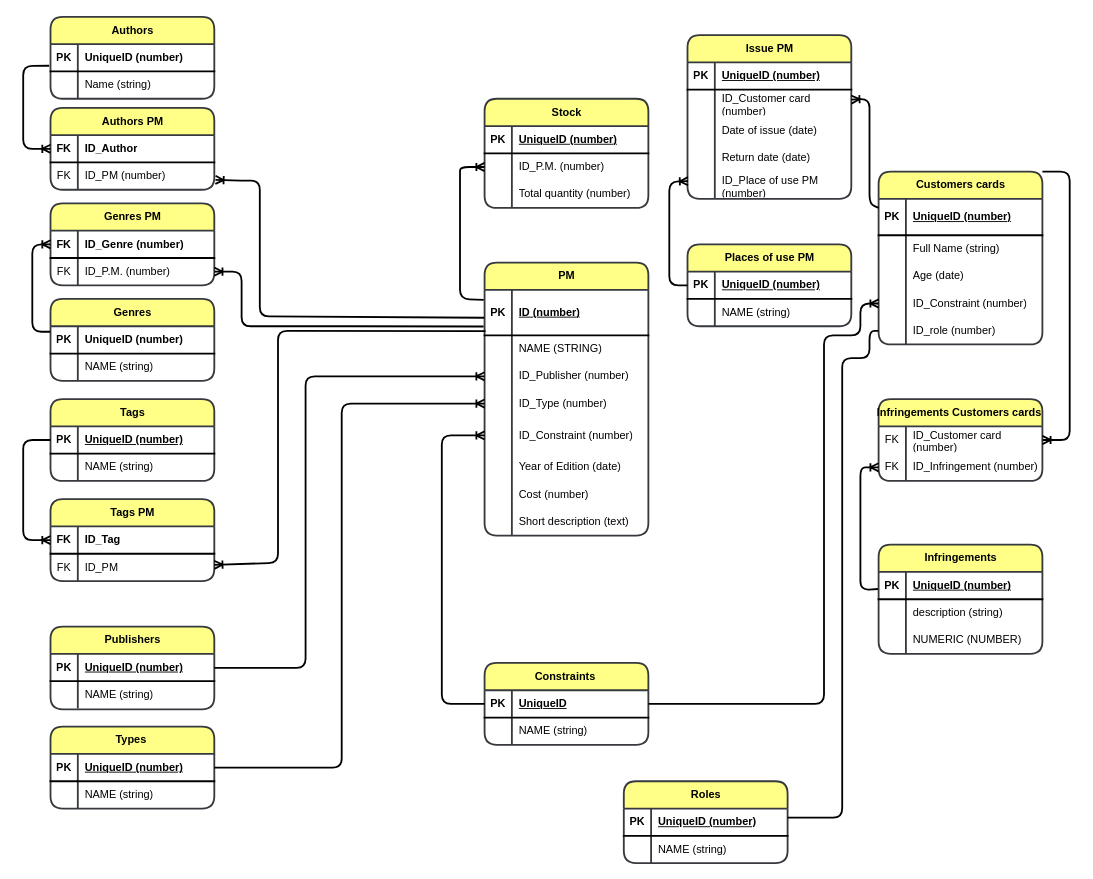
Earlier version of the draw.io diagram page "Копия Страница — 2" (3 of 4) of Диаграмма без названия.drawio (whoIsJhonGalt/repFirst). Source tidied: cells renumbered, new cells numbered last; positions are measured from the earlier drawing's top-left corner, leaving out a move shared by most shapes. Both pictures are drawn from the tidied source at 91%, with x=0, y=0 at pixel (-250, 16).
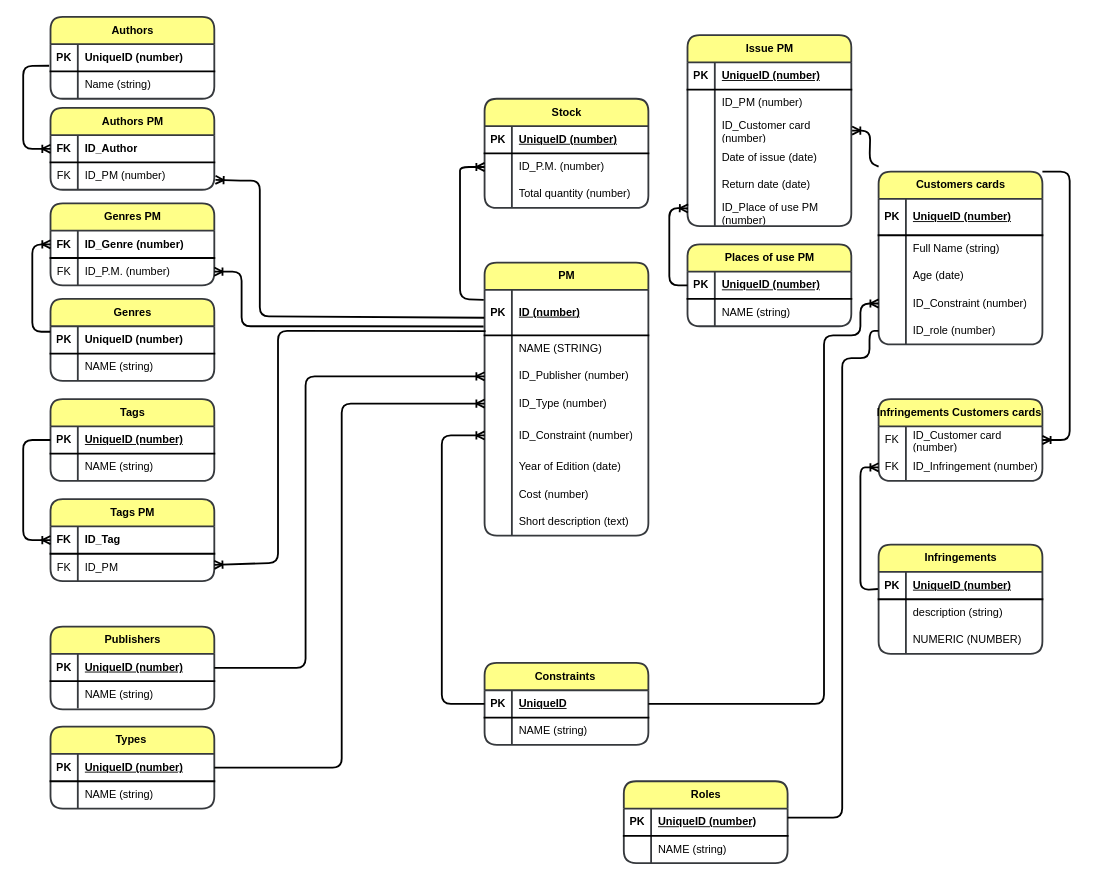
The same page after the edit.

Unchanged cells that the change refers to:
```xml
<mxCell id="106" style="shape=tableRow;horizontal=1;startSize=0;swimlaneHead=0;swimlaneBody=0;points=[[0,0.5],[1,0.5]];portConstraint=eastwest;top=0;left=0;right=0;bottom=1;rounded=0;labelBackgroundColor=none;strokeWidth=2;shadow=0;fontFamily=Helvetica;verticalAlign=middle;fontSize=12;swimlaneLine=1;fillColor=none;" parent="105" vertex="1">
  <mxGeometry y="30" width="180" height="30" as="geometry" />
</mxCell>
```

Change to the diagram source:
```diff
@@
     <mxCell id="112" value="Issue PM" style="shape=table;startSize=30;childLayout=tableLayout;rowLines=0;fontStyle=1;align=center;html=1;rounded=1;labelBackgroundColor=none;strokeWidth=2;shadow=0;fontFamily=Helvetica;verticalAlign=middle;horizontal=1;fontSize=12;swimlaneLine=1;fillColor=#ffff88;strokeColor=#36393d;" parent="1" vertex="1">
-      <mxGeometry x="1030" y="20" width="180" height="180" as="geometry" />
+      <mxGeometry x="1030" y="20" width="180" height="210" as="geometry" />
     </mxCell>
@@
+    <mxCell id="180" style="shape=tableRow;horizontal=1;startSize=0;swimlaneHead=0;swimlaneBody=0;top=0;left=0;right=0;bottom=0;rounded=0;labelBackgroundColor=none;strokeWidth=2;shadow=0;fontFamily=Helvetica;verticalAlign=middle;fontSize=12;swimlaneLine=1;fillColor=none;" parent="112" vertex="1">
+      <mxGeometry y="60" width="180" height="30" as="geometry" />
+    </mxCell>
+    <mxCell id="181" style="shape=partialRectangle;top=0;left=0;bottom=0;right=0;overflow=hidden;whiteSpace=wrap;html=1;rounded=0;labelBackgroundColor=none;strokeWidth=2;shadow=0;fontFamily=Helvetica;verticalAlign=middle;horizontal=1;fontSize=12;swimlaneLine=1;fillColor=none;" parent="180" vertex="1">
+      <mxGeometry width="30" height="30" as="geometry" />
+    </mxCell>
+    <mxCell id="182" value="ID_PM (number)" style="shape=partialRectangle;top=0;left=0;bottom=0;right=0;align=left;spacingLeft=6;overflow=hidden;whiteSpace=wrap;html=1;rounded=0;labelBackgroundColor=none;strokeWidth=2;shadow=0;fontFamily=Helvetica;verticalAlign=middle;horizontal=1;fontSize=12;swimlaneLine=1;fillColor=none;" parent="180" vertex="1">
+      <mxGeometry x="30" width="150" height="30" as="geometry" />
+    </mxCell>
     <mxCell id="116" style="shape=tableRow;horizontal=1;startSize=0;swimlaneHead=0;swimlaneBody=0;points=[[0,0.5],[1,0.5]];portConstraint=eastwest;top=0;left=0;right=0;bottom=0;rounded=0;labelBackgroundColor=none;strokeWidth=2;shadow=0;fontFamily=Helvetica;verticalAlign=middle;fontSize=12;swimlaneLine=1;fillColor=none;" parent="112" vertex="1">
-      <mxGeometry y="60" width="180" height="30" as="geometry" />
+      <mxGeometry y="90" width="180" height="30" as="geometry" />
     </mxCell>
@@
     <mxCell id="119" style="shape=tableRow;horizontal=1;startSize=0;swimlaneHead=0;swimlaneBody=0;top=0;left=0;right=0;bottom=0;rounded=0;labelBackgroundColor=none;strokeWidth=2;shadow=0;fontFamily=Helvetica;verticalAlign=middle;fontSize=12;swimlaneLine=1;fillColor=none;" parent="112" vertex="1">
-      <mxGeometry y="90" width="180" height="30" as="geometry" />
+      <mxGeometry y="120" width="180" height="30" as="geometry" />
     </mxCell>
@@
     <mxCell id="122" style="shape=tableRow;horizontal=1;startSize=0;swimlaneHead=0;swimlaneBody=0;top=0;left=0;right=0;bottom=0;rounded=0;labelBackgroundColor=none;strokeWidth=2;shadow=0;fontFamily=Helvetica;verticalAlign=middle;fontSize=12;swimlaneLine=1;fillColor=none;" parent="112" vertex="1">
-      <mxGeometry y="120" width="180" height="30" as="geometry" />
+      <mxGeometry y="150" width="180" height="30" as="geometry" />
     </mxCell>
@@
     <mxCell id="125" style="shape=tableRow;horizontal=1;startSize=0;swimlaneHead=0;swimlaneBody=0;points=[[0,0.5],[1,0.5]];portConstraint=eastwest;top=0;left=0;right=0;bottom=0;rounded=0;labelBackgroundColor=none;strokeWidth=2;shadow=0;fontFamily=Helvetica;verticalAlign=middle;fontSize=12;swimlaneLine=1;fillColor=none;" parent="112" vertex="1">
-      <mxGeometry y="150" width="180" height="30" as="geometry" />
+      <mxGeometry y="180" width="180" height="30" as="geometry" />
     </mxCell>
@@
-    <mxCell id="143" style="fontSize=12;html=1;endArrow=ERoneToMany;rounded=1;labelBackgroundColor=default;strokeColor=default;strokeWidth=2;align=center;verticalAlign=middle;fontFamily=Helvetica;fontColor=default;startSize=30;shape=connector;exitX=-0.005;exitY=0.615;exitDx=0;exitDy=0;exitPerimeter=0;" parent="1" edge="1" target="116">
+    <mxCell id="143" style="fontSize=12;html=1;endArrow=ERoneToMany;rounded=1;labelBackgroundColor=default;strokeColor=default;strokeWidth=2;align=center;verticalAlign=middle;fontFamily=Helvetica;fontColor=default;startSize=30;shape=connector;exitX=-0.005;exitY=0.615;exitDx=0;exitDy=0;entryX=1;entryY=0.5;entryDx=0;entryDy=0;exitPerimeter=0;" parent="1" edge="1">
       <mxGeometry relative="1" as="geometry">
-        <mxPoint x="1240" y="210" as="sourcePoint" />
+        <mxPoint x="1240" y="164.6" as="sourcePoint" />
+        <mxPoint x="1210.9" y="125" as="targetPoint" />
         <Array as="points">
-          <mxPoint x="1230" y="205.4" />
-          <mxPoint x="1230" y="90" />
+          <mxPoint x="1230" y="160" />
+          <mxPoint x="1230.9" y="125" />
         </Array>
       </mxGeometry>
     </mxCell>
     <mxCell id="144" style="fontSize=12;html=1;endArrow=ERoneToMany;rounded=1;labelBackgroundColor=default;strokeColor=default;strokeWidth=2;align=center;verticalAlign=middle;fontFamily=Helvetica;fontColor=default;startSize=30;shape=connector;exitX=0;exitY=0.5;exitDx=0;exitDy=0;entryX=0.003;entryY=0.353;entryDx=0;entryDy=0;entryPerimeter=0;" parent="1" edge="1" source="106" target="125">
       <mxGeometry relative="1" as="geometry">
         <Array as="points">
           <mxPoint x="1010" y="295" />
           <mxPoint x="1010" y="250" />
-          <mxPoint x="1010" y="181" />
+          <mxPoint x="1010" y="210" />
         </Array>
       </mxGeometry>
     </mxCell>
```
